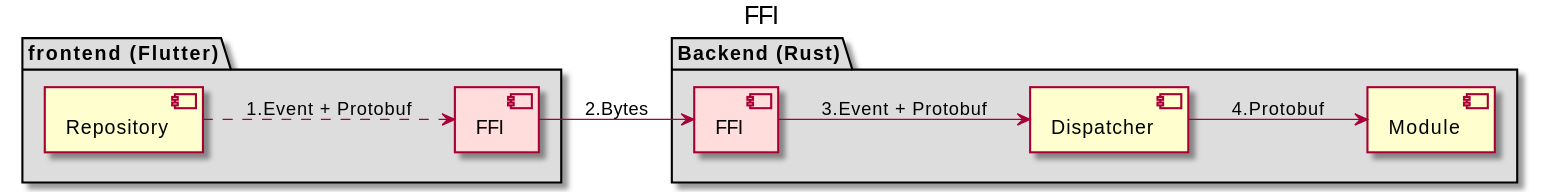
This is uml/output/FlowySDK-FFI.svg from AppFlowy-IO/AppFlowy-Docs, a PlantUML export, as it was before one commit.
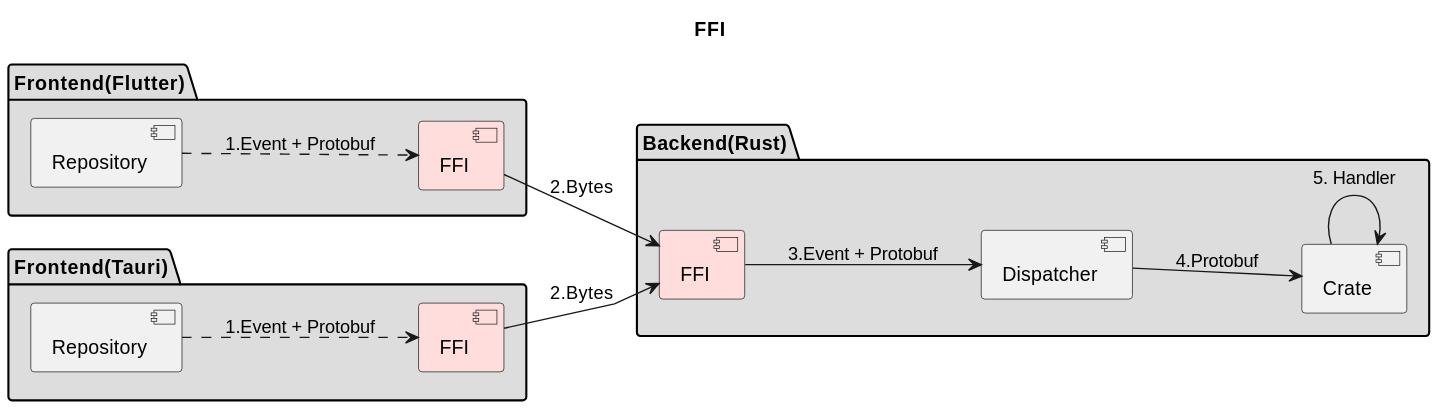
After the change.

Change to the diagram source:
```diff
@@ -3,19 +3,29 @@
 left to right direction
 skinparam linetype polyline
 
-package "frontend (Flutter)" #DDDDDD {
-    component Repository_A as "Repository"
-    component FFI_Frontend as "FFI" #FFDDDD
+package "Frontend(Flutter)" #DDDDDD {
+    component Repository_Flutter as "Repository"
+    component FFI_Flutter as "FFI" #FFDDDD
 }
 
-package "Backend (Rust)" #DDDDDD {
+package "Frontend(Tauri)" #DDDDDD {
+    component Repository_Tauri as "Repository"
+    component FFI_Tauri as "FFI" #FFDDDD
+}
+
+package "Backend(Rust)" #DDDDDD {
     component FFI_Backend as "FFI" #FFDDDD
     component Dispatcher
-    component Module
+    component Crate
 }
 
-Repository_A ..> FFI_Frontend : 1.Event + Protobuf
-FFI_Frontend --> FFI_Backend : 2.Bytes
+Repository_Flutter ..> FFI_Flutter : 1.Event + Protobuf
+FFI_Flutter --> FFI_Backend : 2.Bytes
+
+Repository_Tauri ..> FFI_Tauri: 1.Event + Protobuf
+FFI_Tauri --> FFI_Backend : 2.Bytes
+
 FFI_Backend --> Dispatcher : 3.Event + Protobuf
-Dispatcher --> Module: 4.Protobuf
+Dispatcher --> Crate: 4.Protobuf
+Crate --> Crate: 5. Handler
 @enduml
```
